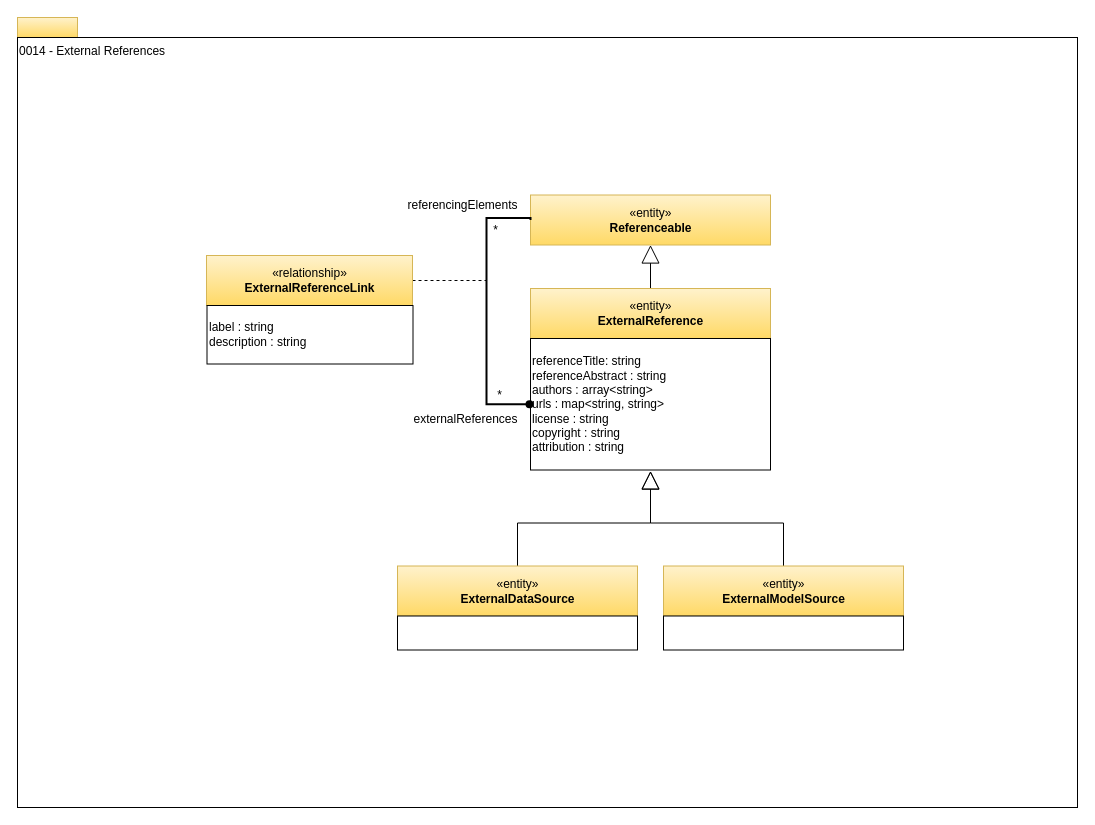
odpi/egeria-docs keeps this draw.io diagram as page "0014-External-References" (8 of 32) of site/docs/types/0/area-0-basic-types-and-infrastructure.drawio. Above is the earlier version. Source tidied: cells renumbered, new cells numbered last; positions are measured from the earlier drawing's top-left corner, leaving out a move shared by most shapes. Both pictures are drawn from the tidied source at 100%, with x=0, y=0 at pixel (17, 17).
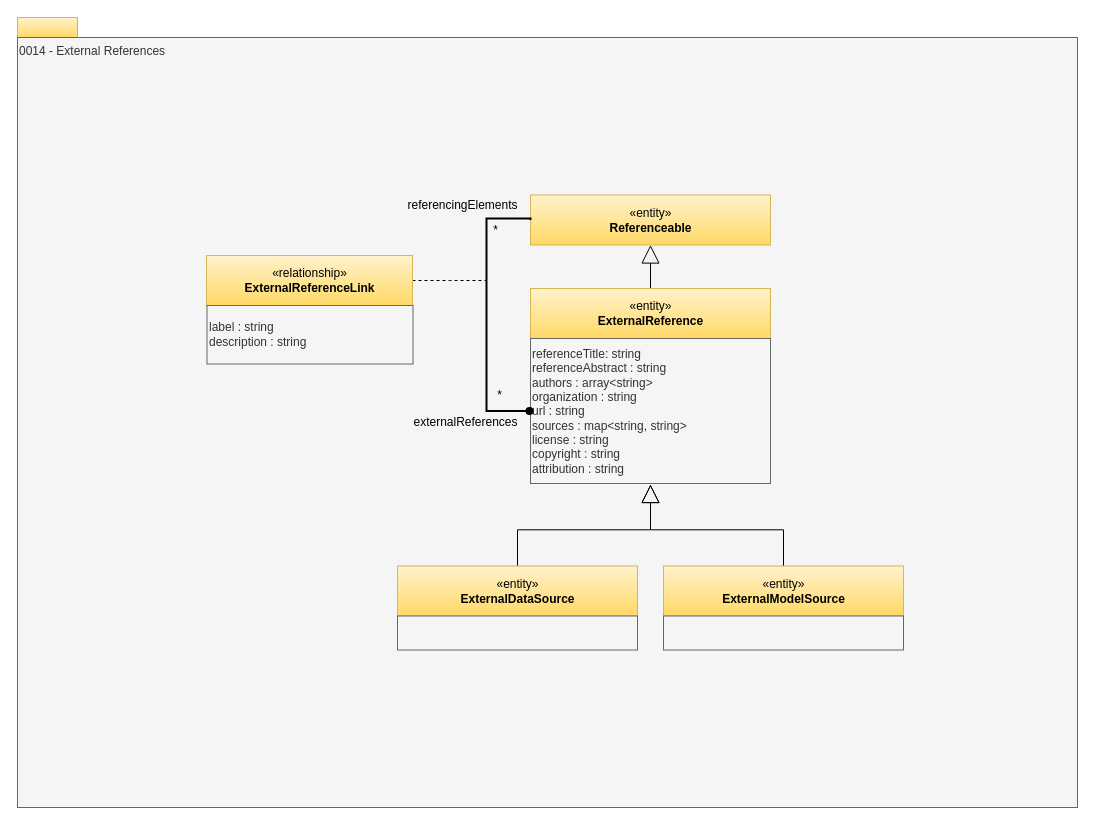
After the change.

Unchanged cells that the change refers to:
```xml
<mxCell id="4" value="«entity»&lt;br&gt;&lt;b&gt;Referenceable&lt;/b&gt;" style="html=1;strokeColor=#d6b656;align=center;fillColor=#fff2cc;gradientColor=#ffd966;" parent="1" vertex="1">
  <mxGeometry x="513" y="177.5" width="240" height="50" as="geometry" />
</mxCell>
```

Diff of the diagram source:
```diff
@@
-    <mxCell id="3" value="0014 - External References" style="rounded=0;whiteSpace=wrap;html=1;align=left;verticalAlign=top;" parent="1" vertex="1">
+    <mxCell id="3" value="0014 - External References" style="rounded=0;whiteSpace=wrap;html=1;align=left;verticalAlign=top;fillColor=#f5f5f5;fontColor=#333333;strokeColor=#666666;" parent="1" vertex="1">
       <mxGeometry y="20" width="1060" height="770" as="geometry" />
     </mxCell>
@@
-    <mxCell id="7" value="label : string&lt;div&gt;description : string&lt;/div&gt;" style="rounded=0;whiteSpace=wrap;html=1;strokeColor=#000000;gradientColor=#ffffff;align=left;" parent="1" vertex="1">
+    <mxCell id="7" value="label : string&lt;div&gt;description : string&lt;/div&gt;" style="rounded=0;whiteSpace=wrap;html=1;strokeColor=#666666;align=left;fillColor=#f5f5f5;fontColor=#333333;" parent="1" vertex="1">
       <mxGeometry x="189.5" y="288" width="206" height="58.5" as="geometry" />
     </mxCell>
@@
-    <mxCell id="10" value="referenceTitle: string&lt;br&gt;referenceAbstract : string&lt;br&gt;authors : array&amp;lt;string&amp;gt;&lt;br&gt;urls : map&amp;lt;string, string&amp;gt;&lt;br&gt;license : string&lt;br&gt;copyright : string&lt;br&gt;attribution : string&lt;div style=&quot;text-align: left&quot;&gt;&lt;/div&gt;" style="rounded=0;whiteSpace=wrap;html=1;strokeColor=#000000;gradientColor=#ffffff;align=left;perimeterSpacing=1;" parent="1" vertex="1">
-      <mxGeometry x="513" y="321" width="240" height="131.5" as="geometry" />
+    <mxCell id="10" value="referenceTitle: string&lt;br&gt;referenceAbstract : string&lt;br&gt;authors : array&amp;lt;string&amp;gt;&lt;div&gt;organization : string&lt;/div&gt;&lt;div&gt;url : string&lt;br&gt;sources : map&amp;lt;string, string&amp;gt;&lt;br&gt;license : string&lt;br&gt;copyright : string&lt;br&gt;attribution : string&lt;div style=&quot;text-align: left&quot;&gt;&lt;/div&gt;&lt;/div&gt;" style="rounded=0;whiteSpace=wrap;html=1;strokeColor=#666666;align=left;perimeterSpacing=1;fillColor=#f5f5f5;fontColor=#333333;" parent="1" vertex="1">
+      <mxGeometry x="513" y="321" width="240" height="145" as="geometry" />
     </mxCell>
@@
-    <mxCell id="13" style="rounded=0;whiteSpace=wrap;html=1;strokeColor=#000000;gradientColor=#ffffff;align=left;" parent="1" vertex="1">
+    <mxCell id="13" style="rounded=0;whiteSpace=wrap;html=1;strokeColor=#666666;align=left;fillColor=#f5f5f5;fontColor=#333333;" parent="1" vertex="1">
       <mxGeometry x="380" y="598.5" width="240" height="34" as="geometry" />
     </mxCell>
@@
     <mxCell id="17" value="externalReferences" style="text;html=1;align=center;verticalAlign=top;spacingTop=-4;" parent="1" vertex="1">
-      <mxGeometry x="387" y="391.8" width="122" height="20" as="geometry" />
+      <mxGeometry x="387" y="395" width="122" height="20" as="geometry" />
     </mxCell>
     <mxCell id="18" style="edgeStyle=orthogonalEdgeStyle;rounded=0;html=1;exitX=0;exitY=0.5;entryX=0;entryY=0.5;endArrow=none;endFill=0;jettySize=auto;startArrow=oval;startFill=1;strokeWidth=2;exitDx=0;exitDy=0;" parent="1" edge="1" source="10" target="4">
       <mxGeometry relative="1" as="geometry">
         <Array as="points">
-          <mxPoint x="469" y="386.5" />
-          <mxPoint x="469" y="200.5" />
-          <mxPoint x="513" y="200.5" />
+          <mxPoint x="469" y="394" />
+          <mxPoint x="469" y="201" />
+          <mxPoint x="513" y="201" />
         </Array>
       </mxGeometry>
     </mxCell>
@@
-    <mxCell id="21" style="rounded=0;whiteSpace=wrap;html=1;strokeColor=#000000;gradientColor=#ffffff;align=left;" parent="1" vertex="1">
+    <mxCell id="21" style="rounded=0;whiteSpace=wrap;html=1;strokeColor=#666666;align=left;fillColor=#f5f5f5;fontColor=#333333;" parent="1" vertex="1">
       <mxGeometry x="646" y="598.5" width="240" height="34" as="geometry" />
     </mxCell>
```
